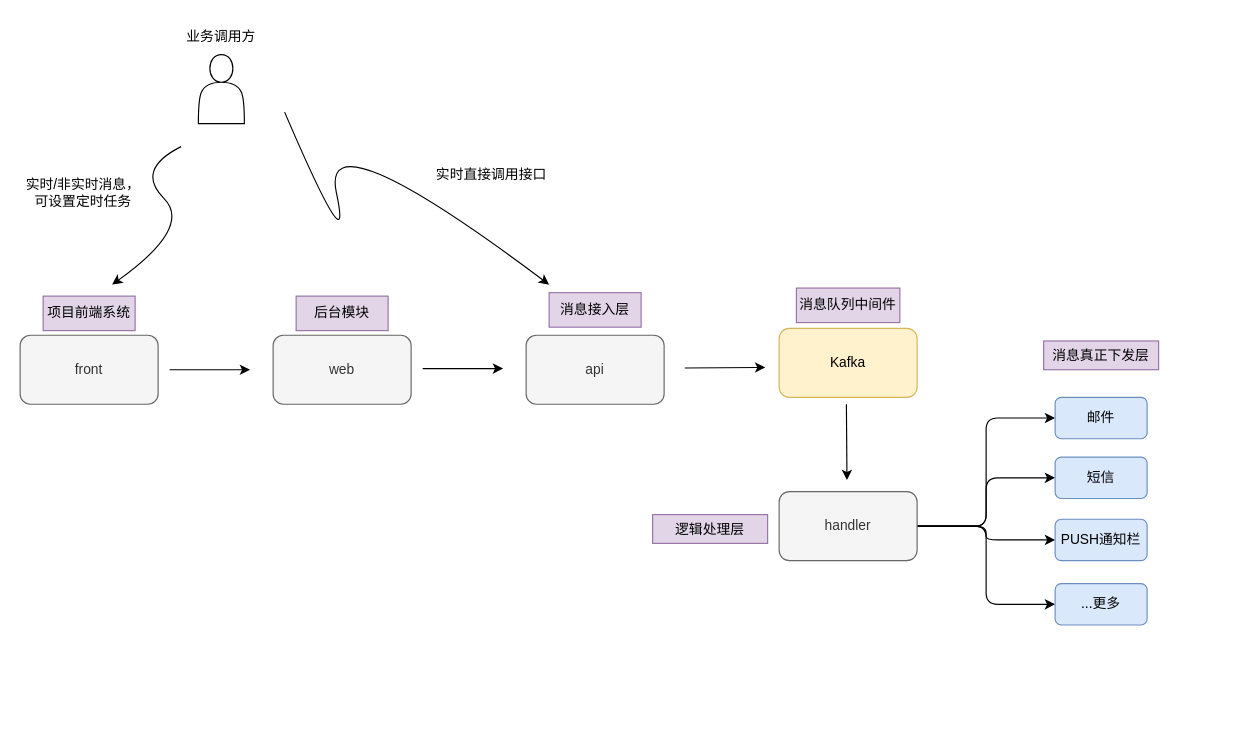
Above: 毕业设计/系统架构图.drawio in KeatonLi/pictures (draw.io), before the change. Source tidied: cells renumbered, new cells numbered last; positions are measured from the earlier drawing's top-left corner, leaving out a move shared by most shapes. Both pictures are drawn from the tidied source at 115%, with x=0, y=0 at pixel (20, 20).
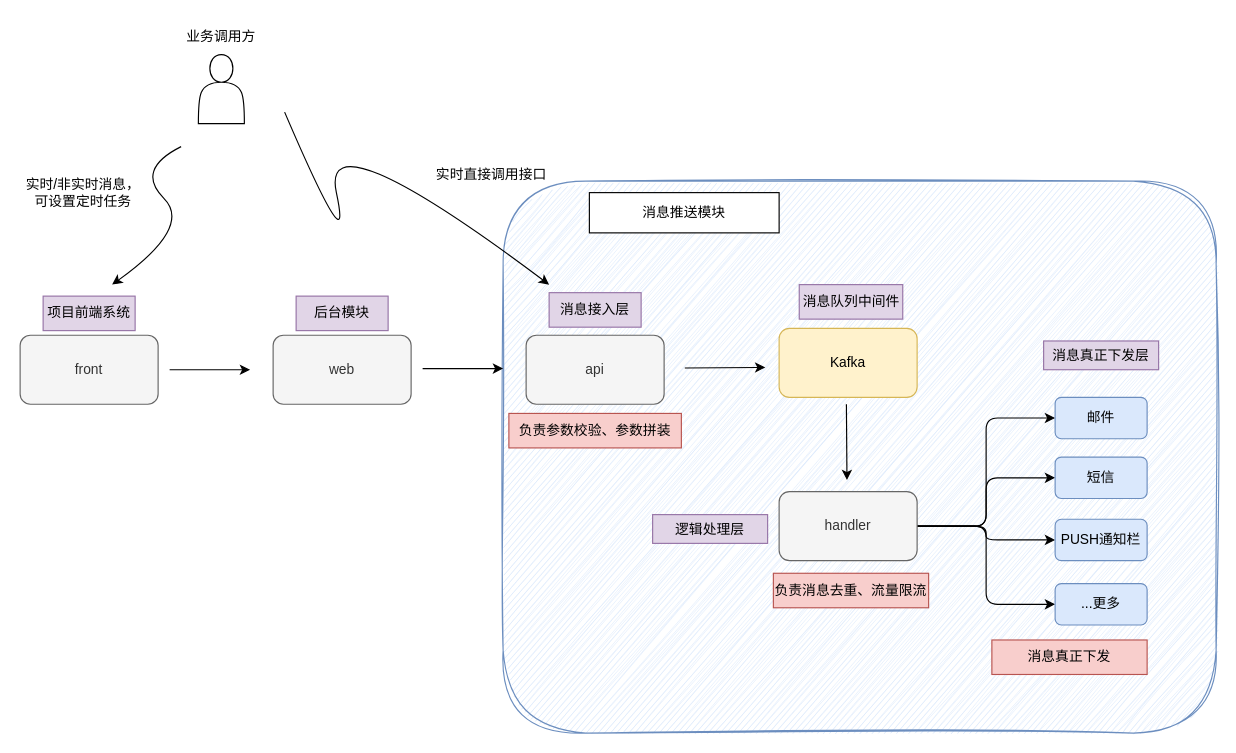
The same page after the edit.

Commit message:
更新系统架构图.drawio

The edit, as a diff of the source:
```diff
@@
+    <mxCell id="32" style="rounded=1;whiteSpace=wrap;html=1;fillColor=#dae8fc;sketch=1;curveFitting=1;jiggle=2;strokeColor=#6c8ebf;" parent="1" vertex="1">
+      <mxGeometry x="420" y="140" width="620" height="480" as="geometry" />
+    </mxCell>
@@
     <mxCell id="25" value="消息队列中间件" style="text;html=1;align=center;verticalAlign=middle;whiteSpace=wrap;rounded=0;fillColor=#e1d5e7;strokeColor=#9673a6;" parent="1" vertex="1">
-      <mxGeometry x="675" y="233" width="90" height="30" as="geometry" />
+      <mxGeometry x="677.5" y="230" width="90" height="30" as="geometry" />
     </mxCell>
@@
+    <mxCell id="33" value="消息推送模块" style="rounded=0;whiteSpace=wrap;html=1;" parent="1" vertex="1">
+      <mxGeometry x="495" y="150" width="165" height="35" as="geometry" />
+    </mxCell>
+    <mxCell id="34" value="负责参数校验、参数拼装" style="rounded=0;whiteSpace=wrap;html=1;fillColor=#f8cecc;strokeColor=#b85450;" parent="1" vertex="1">
+      <mxGeometry x="425" y="342" width="150" height="30" as="geometry" />
+    </mxCell>
+    <mxCell id="35" value="负责消息去重、流量限流" style="rounded=0;whiteSpace=wrap;html=1;fillColor=#f8cecc;strokeColor=#b85450;" parent="1" vertex="1">
+      <mxGeometry x="655" y="481" width="135" height="30" as="geometry" />
+    </mxCell>
+    <mxCell id="36" value="消息真正下发" style="rounded=0;whiteSpace=wrap;html=1;fillColor=#f8cecc;strokeColor=#b85450;" parent="1" vertex="1">
+      <mxGeometry x="845" y="539" width="135" height="30" as="geometry" />
+    </mxCell>
```
